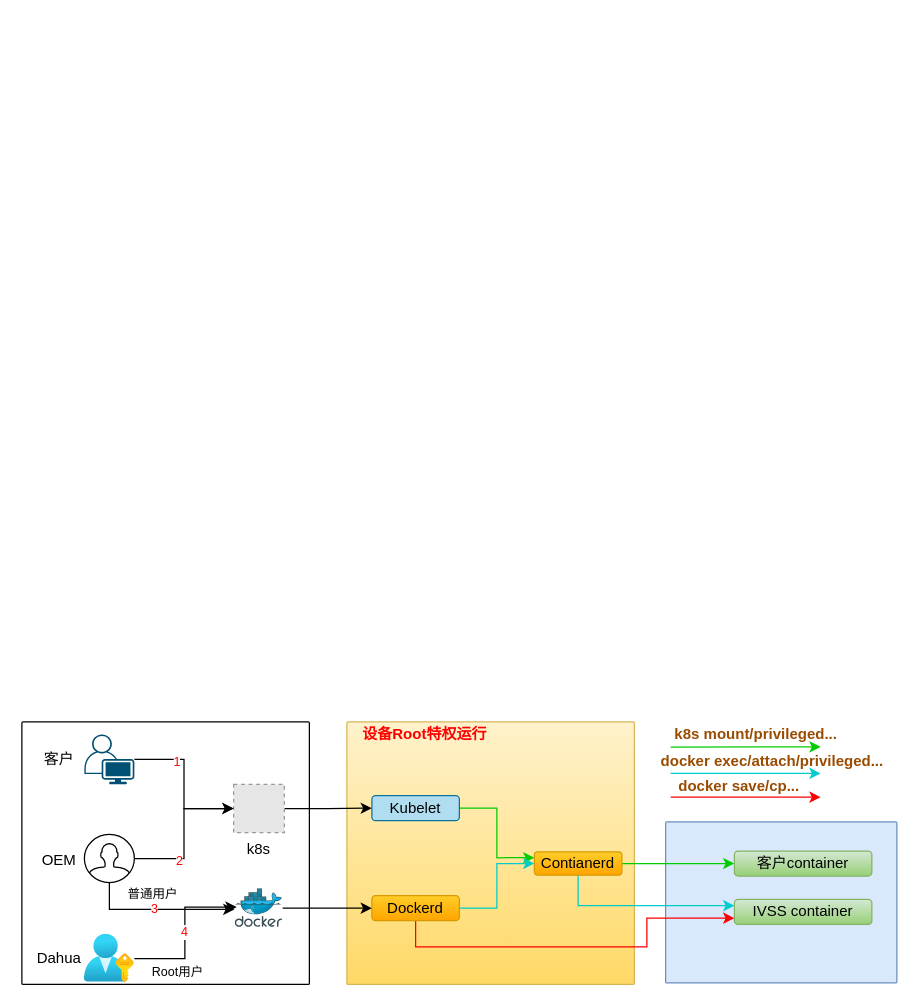
Above: security_2.drawio in snowolfhawk/ceph-scripts (draw.io), before the change. Source tidied: cells renumbered, new cells numbered last; positions are measured from the earlier drawing's top-left corner, leaving out a move shared by most shapes. Both pictures are drawn from the tidied source at 125%, with x=0, y=0 at pixel (21, 721). Pictures stored in the file or linked from it are replaced by grey dashed boxes.
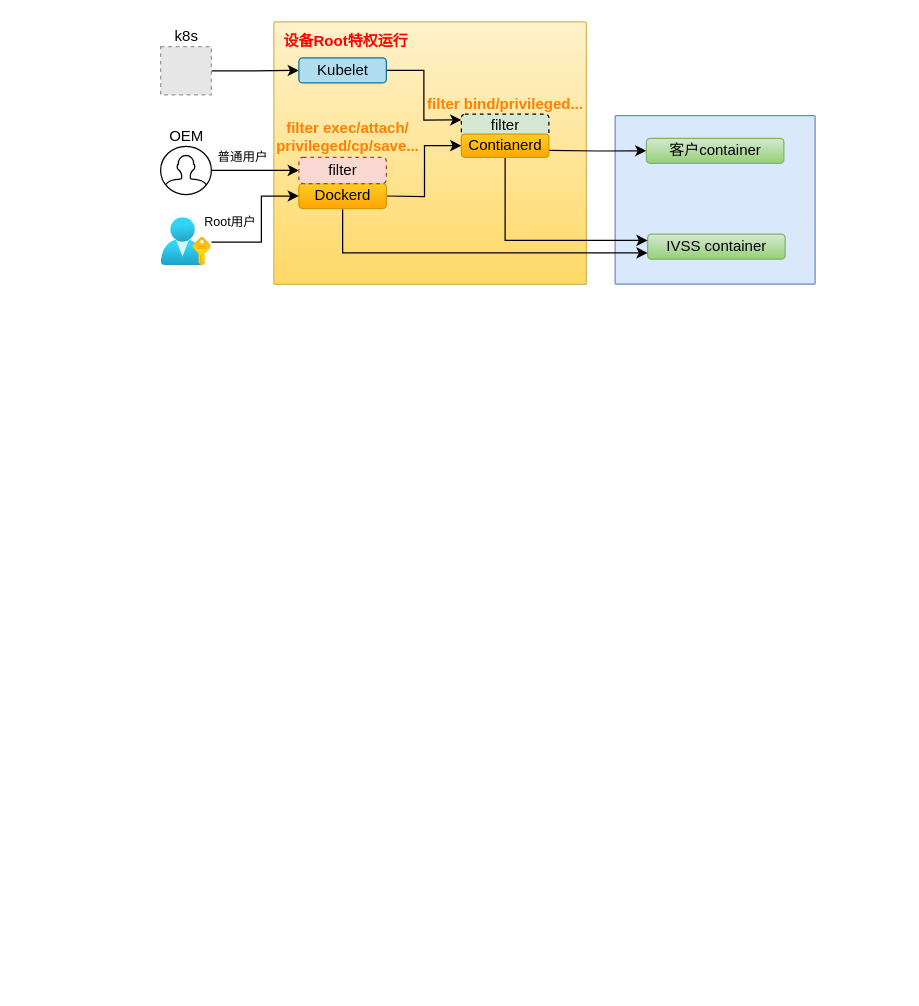
The same diagram, later.

Diff of the diagram source:
```diff
@@
     <mxCell id="2" style="sketch=0;rounded=1;absoluteArcSize=1;arcSize=2;html=1;shadow=0;dashed=0;fontSize=12;align=left;verticalAlign=top;spacing=10;spacingTop=-4;fillColor=#dae8fc;strokeColor=#6c8ebf;" parent="1" vertex="1">
-      <mxGeometry x="515" y="80" width="185" height="128.8" as="geometry" />
+      <mxGeometry x="474.6" y="-485.1" width="160" height="134.9" as="geometry" />
     </mxCell>
-    <mxCell id="3" style="sketch=0;rounded=1;absoluteArcSize=1;arcSize=2;html=1;shadow=0;dashed=0;fontSize=12;align=left;verticalAlign=top;spacing=10;spacingTop=-4;" parent="1" vertex="1">
-      <mxGeometry width="230" height="210" as="geometry" />
-    </mxCell>
     <mxCell id="4" style="sketch=0;rounded=1;absoluteArcSize=1;arcSize=2;html=1;strokeColor=#d6b656;shadow=0;dashed=0;fontSize=12;align=left;verticalAlign=top;spacing=10;spacingTop=-4;fillColor=#fff2cc;gradientColor=#ffd966;" parent="1" vertex="1">
-      <mxGeometry x="260" width="230" height="210" as="geometry" />
+      <mxGeometry x="201.6" y="-560" width="250" height="210" as="geometry" />
     </mxCell>
@@
-    <mxCell id="6" value="k8s" style="fillColor=#E6E6E6;strokeColor=#999999;dashed=1;verticalLabelPosition=bottom;labelBackgroundColor=#ffffff;verticalAlign=top;fontColor=#000000;labelPosition=center;align=center;" parent="1" vertex="1">
-      <mxGeometry x="169.4" y="50" width="40.6" height="38.6" as="geometry" />
+    <mxCell id="6" style="fillColor=#E6E6E6;strokeColor=#999999;dashed=1;verticalLabelPosition=bottom;labelBackgroundColor=#ffffff;verticalAlign=top;fontColor=#000000;labelPosition=center;align=center;" parent="1" vertex="1">
+      <mxGeometry x="111" y="-540.2" width="40.6" height="38.6" as="geometry" />
     </mxCell>
-    <mxCell id="7" style="edgeStyle=orthogonalEdgeStyle;rounded=0;jettySize=auto;html=1;entryX=0;entryY=0.5;entryDx=0;entryDy=0;fontColor=#000000;strokeColor=#000000;strokeWidth=1;" parent="1" edge="1" source="9" target="6">
-      <mxGeometry relative="1" as="geometry" />
-    </mxCell>
-    <mxCell id="8" value="1" style="edgeLabel;html=1;align=center;verticalAlign=middle;fontSize=10;fontColor=#FF0000;" parent="7" vertex="1">
-      <mxGeometry x="-0.45" y="-1" relative="1" as="geometry" />
-    </mxCell>
-    <mxCell id="9" style="points=[[0.35,0,0],[0.98,0.51,0],[1,0.71,0],[0.67,1,0],[0,0.795,0],[0,0.65,0]];verticalLabelPosition=middle;sketch=0;html=1;verticalAlign=middle;align=center;shape=mxgraph.cisco19.user;fillColor=#005073;strokeColor=none;labelPosition=center;" parent="1" vertex="1">
-      <mxGeometry x="50" y="10" width="40" height="40" as="geometry" />
-    </mxCell>
-    <mxCell id="10" style="edgeStyle=orthogonalEdgeStyle;rounded=0;sketch=0;jettySize=auto;html=1;entryX=0;entryY=0.25;entryDx=0;entryDy=0;shadow=0;fontSize=10;fontColor=#000000;strokeColor=#00CC00;strokeWidth=1;" parent="1" edge="1" source="11" target="14">
+    <mxCell id="10" style="edgeStyle=orthogonalEdgeStyle;rounded=0;sketch=0;jettySize=auto;html=1;entryX=0;entryY=0.25;entryDx=0;entryDy=0;shadow=0;fontSize=10;fontColor=#000000;strokeColor=#000000;strokeWidth=1;" parent="1" edge="1" source="11" target="14">
       <mxGeometry relative="1" as="geometry" />
     </mxCell>
     <mxCell id="11" value="Kubelet" style="rounded=1;whiteSpace=wrap;html=1;fillColor=#b1ddf0;strokeColor=#10739e;" parent="1" vertex="1">
-      <mxGeometry x="280" y="59" width="70" height="20" as="geometry" />
+      <mxGeometry x="221.6" y="-531.2" width="70" height="20" as="geometry" />
     </mxCell>
-    <mxCell id="12" style="edgeStyle=orthogonalEdgeStyle;rounded=0;jettySize=auto;html=1;entryX=0;entryY=0.5;entryDx=0;entryDy=0;fontSize=12;fontColor=#000000;strokeColor=#00CC00;strokeWidth=1;" parent="1" edge="1" source="14" target="24">
-      <mxGeometry relative="1" as="geometry" />
+    <mxCell id="12" style="edgeStyle=orthogonalEdgeStyle;rounded=0;jettySize=auto;html=1;entryX=0;entryY=0.5;entryDx=0;entryDy=0;fontSize=12;fontColor=#000000;strokeColor=#000000;strokeWidth=1;" parent="1" edge="1" target="24">
+      <mxGeometry relative="1" as="geometry">
+        <mxPoint x="421.6" y="-457.2" as="sourcePoint" />
+      </mxGeometry>
     </mxCell>
-    <mxCell id="13" style="edgeStyle=orthogonalEdgeStyle;rounded=0;sketch=0;jettySize=auto;html=1;entryX=0;entryY=0.25;entryDx=0;entryDy=0;shadow=0;fontSize=10;fontColor=#000000;strokeColor=#00CCCC;strokeWidth=1;" parent="1" edge="1" source="14" target="23">
-      <mxGeometry relative="1" as="geometry">
-        <Array as="points">
-          <mxPoint x="445" y="147" />
-        </Array>
-      </mxGeometry>
-    </mxCell>
-    <mxCell id="14" value="Contianerd" style="rounded=1;whiteSpace=wrap;html=1;fillColor=#ffcd28;strokeColor=#d79b00;gradientColor=#ffa500;" parent="1" vertex="1">
-      <mxGeometry x="410" y="104" width="70" height="18.6" as="geometry" />
+    <mxCell id="14" value="filter" style="rounded=1;whiteSpace=wrap;html=1;fillColor=#D5E8D4;strokeColor=#000000;gradientColor=none;dashed=1;" parent="1" vertex="1">
+      <mxGeometry x="351.6" y="-486.2" width="70" height="18.6" as="geometry" />
     </mxCell>
-    <mxCell id="15" style="edgeStyle=orthogonalEdgeStyle;rounded=0;sketch=0;jettySize=auto;html=1;entryX=0;entryY=0.75;entryDx=0;entryDy=0;shadow=0;fontSize=10;fontColor=#000000;strokeColor=#FF0000;strokeWidth=1;" parent="1" edge="1" source="17" target="23">
-      <mxGeometry relative="1" as="geometry">
-        <Array as="points">
-          <mxPoint x="315" y="180" />
-          <mxPoint x="500" y="180" />
-          <mxPoint x="500" y="157" />
-        </Array>
-      </mxGeometry>
-    </mxCell>
-    <mxCell id="16" style="edgeStyle=orthogonalEdgeStyle;rounded=0;sketch=0;jettySize=auto;html=1;entryX=0;entryY=0.5;entryDx=0;entryDy=0;shadow=0;fontSize=10;fontColor=#000000;strokeColor=#00CCCC;strokeWidth=1;" parent="1" edge="1" source="17" target="14">
-      <mxGeometry relative="1" as="geometry" />
+    <mxCell id="16" style="edgeStyle=orthogonalEdgeStyle;rounded=0;sketch=0;jettySize=auto;html=1;entryX=0;entryY=0.5;entryDx=0;entryDy=0;shadow=0;fontSize=10;fontColor=#000000;strokeColor=#000000;strokeWidth=1;exitX=1;exitY=0.5;exitDx=0;exitDy=0;" parent="1" edge="1" target="45">
+      <mxGeometry relative="1" as="geometry">
+        <mxPoint x="291.6" y="-420.7" as="sourcePoint" />
+      </mxGeometry>
     </mxCell>
-    <mxCell id="17" value="Dockerd" style="rounded=1;whiteSpace=wrap;html=1;fillColor=#ffcd28;strokeColor=#d79b00;gradientColor=#ffa500;" parent="1" vertex="1">
-      <mxGeometry x="280" y="139" width="70" height="20" as="geometry" />
-    </mxCell>
-    <mxCell id="18" style="edgeStyle=orthogonalEdgeStyle;rounded=0;jettySize=auto;html=1;entryX=0;entryY=0.5;entryDx=0;entryDy=0;fontColor=#000000;strokeColor=#000000;strokeWidth=1;" parent="1" edge="1" source="22" target="6">
-      <mxGeometry relative="1" as="geometry" />
-    </mxCell>
-    <mxCell id="19" value="2" style="edgeLabel;html=1;align=center;verticalAlign=middle;fontSize=10;fontColor=#FF0000;" parent="18" vertex="1">
-      <mxGeometry x="-0.42" y="-1" relative="1" as="geometry" />
-    </mxCell>
-    <mxCell id="20" style="edgeStyle=orthogonalEdgeStyle;rounded=0;sketch=0;jettySize=auto;html=1;entryX=-0.021;entryY=0.532;entryDx=0;entryDy=0;entryPerimeter=0;shadow=0;fontSize=10;fontColor=#FF0000;strokeColor=#000000;strokeWidth=1;" parent="1" edge="1" source="22" target="40">
-      <mxGeometry relative="1" as="geometry">
-        <Array as="points">
-          <mxPoint x="70" y="150" />
-        </Array>
-      </mxGeometry>
-    </mxCell>
-    <mxCell id="21" value="3" style="edgeLabel;html=1;align=center;verticalAlign=middle;fontSize=10;fontColor=#FF0000;" parent="20" vertex="1">
-      <mxGeometry x="-0.06" y="1" relative="1" as="geometry" />
-    </mxCell>
+    <mxCell id="41" style="edgeStyle=orthogonalEdgeStyle;rounded=0;jettySize=auto;html=1;strokeColor=#000000;" parent="1" edge="1" source="22" target="44">
+      <mxGeometry relative="1" as="geometry" />
+    </mxCell>
     <mxCell id="22" style="html=1;verticalLabelPosition=middle;align=center;labelBackgroundColor=#ffffff;verticalAlign=middle;strokeWidth=1;strokeColor=#000000;shadow=0;dashed=0;shape=mxgraph.ios7.icons.user;fillColor=#FFFFFF;labelPosition=center;" parent="1" vertex="1">
-      <mxGeometry x="50" y="90" width="40" height="38.6" as="geometry" />
+      <mxGeometry x="111" y="-460.5" width="40.6" height="38.6" as="geometry" />
     </mxCell>
     <mxCell id="23" value="IVSS container" style="rounded=1;whiteSpace=wrap;html=1;fillColor=#d5e8d4;strokeColor=#82b366;gradientColor=#97d077;" parent="1" vertex="1">
-      <mxGeometry x="570" y="142" width="110" height="20" as="geometry" />
+      <mxGeometry x="500.6" y="-390.2" width="110" height="20" as="geometry" />
     </mxCell>
     <mxCell id="24" value="客户container" style="rounded=1;whiteSpace=wrap;html=1;fillColor=#d5e8d4;strokeColor=#82b366;gradientColor=#97d077;" parent="1" vertex="1">
-      <mxGeometry x="570" y="103.3" width="110" height="20" as="geometry" />
+      <mxGeometry x="499.6" y="-466.9" width="110" height="20" as="geometry" />
     </mxCell>
-    <mxCell id="25" value="4" style="edgeStyle=orthogonalEdgeStyle;rounded=0;sketch=0;jettySize=auto;html=1;entryX=0.027;entryY=0.474;entryDx=0;entryDy=0;entryPerimeter=0;shadow=0;fontSize=10;fontColor=#FF0000;strokeColor=#000000;strokeWidth=1;" parent="1" edge="1" source="26" target="40">
-      <mxGeometry relative="1" as="geometry" />
-    </mxCell>
-    <mxCell id="26" style="html=1;points=[];align=right;image;fontSize=12;image=img/lib/azure2/azure_stack/User_Subscriptions.svg;labelBackgroundColor=none;fontColor=#000000;strokeColor=#000000;strokeWidth=1;fillColor=#FFFFFF;labelPosition=left;verticalLabelPosition=middle;verticalAlign=middle;" parent="1" vertex="1">
-      <mxGeometry x="50" y="170" width="40" height="38.8" as="geometry" />
-    </mxCell>
     <mxCell id="27" value="OEM" style="text;html=1;strokeColor=none;fillColor=none;align=center;verticalAlign=middle;whiteSpace=wrap;rounded=0;labelBackgroundColor=none;fontSize=12;fontColor=#000000;" parent="1" vertex="1">
-      <mxGeometry x="10" y="103.3" width="40" height="16" as="geometry" />
+      <mxGeometry x="111.6" y="-476.5" width="40" height="16" as="geometry" />
     </mxCell>
-    <mxCell id="28" value="客户" style="text;html=1;strokeColor=none;fillColor=none;align=center;verticalAlign=middle;whiteSpace=wrap;rounded=0;labelBackgroundColor=none;fontSize=12;fontColor=#000000;" parent="1" vertex="1">
-      <mxGeometry x="10" y="22" width="40" height="16" as="geometry" />
-    </mxCell>
     <mxCell id="29" value="&lt;span style=&quot;font-size: 10px&quot;&gt;普通用户&lt;/span&gt;" style="text;html=1;strokeColor=none;fillColor=none;align=center;verticalAlign=middle;whiteSpace=wrap;rounded=0;labelBackgroundColor=none;fontSize=12;fontColor=#000000;" parent="1" vertex="1">
-      <mxGeometry x="70" y="128.6" width="70" height="16.5" as="geometry" />
+      <mxGeometry x="141.6" y="-460.5" width="70" height="16.5" as="geometry" />
     </mxCell>
+    <mxCell id="31" value="&lt;b&gt;&lt;font color=&quot;#ff8000&quot;&gt;filter exec/attach/&lt;br&gt;privileged/cp/save...&lt;/font&gt;&lt;/b&gt;" style="text;html=1;strokeColor=none;fillColor=none;align=center;verticalAlign=middle;whiteSpace=wrap;rounded=0;labelBackgroundColor=none;fontSize=12;fontColor=#000000;" parent="1" vertex="1">
+      <mxGeometry x="201.6" y="-482.8" width="118" height="28.6" as="geometry" />
+    </mxCell>
+    <mxCell id="36" value="&lt;b&gt;&lt;font color=&quot;#ff8000&quot;&gt;filter bind/privileged...&lt;/font&gt;&lt;/b&gt;" style="text;html=1;strokeColor=none;fillColor=none;align=center;verticalAlign=middle;whiteSpace=wrap;rounded=0;labelBackgroundColor=none;fontSize=12;fontColor=#000000;" parent="1" vertex="1">
+      <mxGeometry x="314.9" y="-502.2" width="143.5" height="16" as="geometry" />
+    </mxCell>
+    <mxCell id="38" value="&lt;font color=&quot;#ff0000&quot;&gt;&lt;b&gt;设备Root特权运行&lt;/b&gt;&lt;/font&gt;" style="text;html=1;strokeColor=none;fillColor=none;align=center;verticalAlign=middle;whiteSpace=wrap;rounded=0;labelBackgroundColor=none;fontSize=12;fontColor=#000000;" parent="1" vertex="1">
+      <mxGeometry x="201.6" y="-552" width="115" height="16" as="geometry" />
+    </mxCell>
+    <mxCell id="42" style="edgeStyle=orthogonalEdgeStyle;rounded=0;jettySize=auto;html=1;entryX=0;entryY=0.25;entryDx=0;entryDy=0;strokeColor=#000000;" parent="1" edge="1" source="45" target="23">
+      <mxGeometry relative="1" as="geometry">
+        <Array as="points">
+          <mxPoint x="386.6" y="-385.2" />
+        </Array>
+      </mxGeometry>
+    </mxCell>
+    <mxCell id="43" style="edgeStyle=orthogonalEdgeStyle;rounded=0;jettySize=auto;html=1;entryX=0;entryY=0.75;entryDx=0;entryDy=0;strokeColor=#000000;" parent="1" edge="1" target="23">
+      <mxGeometry relative="1" as="geometry">
+        <mxPoint x="256.6" y="-410.2" as="sourcePoint" />
+        <Array as="points">
+          <mxPoint x="256.6" y="-375.2" />
+        </Array>
+      </mxGeometry>
+    </mxCell>
+    <mxCell id="17" value="Dockerd" style="rounded=1;whiteSpace=wrap;html=1;fillColor=#ffcd28;strokeColor=#d79b00;gradientColor=#ffa500;" parent="1" vertex="1">
+      <mxGeometry x="221.6" y="-430.7" width="70" height="20" as="geometry" />
+    </mxCell>
+    <mxCell id="44" value="filter" style="rounded=1;whiteSpace=wrap;html=1;fillColor=#fad9d5;strokeColor=#ae4132;dashed=1;" parent="1" vertex="1">
+      <mxGeometry x="221.6" y="-451.7" width="70" height="21" as="geometry" />
+    </mxCell>
+    <mxCell id="45" value="Contianerd" style="rounded=1;whiteSpace=wrap;html=1;fillColor=#ffcd28;strokeColor=#d79b00;gradientColor=#ffa500;" parent="1" vertex="1">
+      <mxGeometry x="351.6" y="-470.3" width="70" height="18.6" as="geometry" />
+    </mxCell>
+    <mxCell id="46" style="edgeStyle=orthogonalEdgeStyle;rounded=0;jettySize=auto;html=1;entryX=0;entryY=0.5;entryDx=0;entryDy=0;strokeColor=#000000;" parent="1" edge="1" source="47" target="17">
+      <mxGeometry relative="1" as="geometry">
+        <Array as="points">
+          <mxPoint x="191.6" y="-384.2" />
+          <mxPoint x="191.6" y="-420.2" />
+        </Array>
+      </mxGeometry>
+    </mxCell>
+    <mxCell id="47" style="html=1;points=[];align=right;image;fontSize=12;image=img/lib/azure2/azure_stack/User_Subscriptions.svg;labelBackgroundColor=none;fontColor=#000000;strokeColor=#000000;strokeWidth=1;fillColor=#FFFFFF;labelPosition=left;verticalLabelPosition=middle;verticalAlign=middle;" parent="1" vertex="1">
+      <mxGeometry x="111.6" y="-403.2" width="40" height="38.8" as="geometry" />
+    </mxCell>
     <mxCell id="30" value="&lt;span style=&quot;font-size: 10px&quot;&gt;Root用户&lt;/span&gt;" style="text;html=1;strokeColor=none;fillColor=none;align=center;verticalAlign=middle;whiteSpace=wrap;rounded=0;labelBackgroundColor=none;fontSize=12;fontColor=#000000;" parent="1" vertex="1">
-      <mxGeometry x="90" y="190" width="70" height="20" as="geometry" />
+      <mxGeometry x="131.6" y="-410.2" width="70" height="20" as="geometry" />
     </mxCell>
-    <mxCell id="31" value="&lt;font color=&quot;#994c00&quot;&gt;&lt;b&gt;docker exec/attach/privileged...&lt;/b&gt;&lt;/font&gt;" style="text;html=1;strokeColor=none;fillColor=none;align=center;verticalAlign=middle;whiteSpace=wrap;rounded=0;labelBackgroundColor=none;fontSize=12;fontColor=#000000;" parent="1" vertex="1">
-      <mxGeometry x="510" y="24.2" width="181" height="16" as="geometry" />
-    </mxCell>
-    <mxCell id="32" style="endArrow=classic;html=1;rounded=0;shadow=0;sketch=0;fontSize=10;fontColor=#000000;strokeColor=#00CCCC;strokeWidth=1;" parent="1" edge="1">
-      <mxGeometry relative="1" as="geometry">
-        <mxPoint x="519" y="41.2" as="sourcePoint" />
-        <mxPoint x="639" y="41.2" as="targetPoint" />
-      </mxGeometry>
-    </mxCell>
-    <mxCell id="33" style="endArrow=classic;html=1;rounded=0;shadow=0;sketch=0;fontSize=10;fontColor=#000000;strokeColor=#FF0000;strokeWidth=1;" parent="1" edge="1">
-      <mxGeometry relative="1" as="geometry">
-        <mxPoint x="519" y="60.2" as="sourcePoint" />
-        <mxPoint x="639" y="60.2" as="targetPoint" />
-      </mxGeometry>
-    </mxCell>
-    <mxCell id="34" value="&lt;font color=&quot;#994c00&quot;&gt;&lt;b&gt;docker save/cp...&lt;/b&gt;&lt;/font&gt;" style="text;html=1;strokeColor=none;fillColor=none;align=center;verticalAlign=middle;whiteSpace=wrap;rounded=0;labelBackgroundColor=none;fontSize=12;fontColor=#000000;" parent="1" vertex="1">
-      <mxGeometry x="519" y="44.2" width="110" height="16" as="geometry" />
-    </mxCell>
-    <mxCell id="35" style="endArrow=classic;html=1;rounded=0;shadow=0;sketch=0;fontSize=10;fontColor=#000000;strokeColor=#00CC00;strokeWidth=1;" parent="1" edge="1">
-      <mxGeometry relative="1" as="geometry">
-        <mxPoint x="519" y="20.2" as="sourcePoint" />
-        <mxPoint x="639" y="20" as="targetPoint" />
-      </mxGeometry>
-    </mxCell>
-    <mxCell id="36" value="&lt;font color=&quot;#994c00&quot;&gt;&lt;b&gt;k8s mount/privileged...&lt;/b&gt;&lt;/font&gt;" style="text;html=1;strokeColor=none;fillColor=none;align=center;verticalAlign=middle;whiteSpace=wrap;rounded=0;labelBackgroundColor=none;fontSize=12;fontColor=#000000;" parent="1" vertex="1">
-      <mxGeometry x="512" y="2" width="151" height="16" as="geometry" />
-    </mxCell>
-    <mxCell id="37" value="Dahua" style="text;html=1;strokeColor=none;fillColor=none;align=center;verticalAlign=middle;whiteSpace=wrap;rounded=0;labelBackgroundColor=none;fontSize=12;fontColor=#000000;" parent="1" vertex="1">
-      <mxGeometry x="10" y="181.4" width="40" height="16" as="geometry" />
-    </mxCell>
-    <mxCell id="38" value="&lt;font color=&quot;#ff0000&quot;&gt;&lt;b&gt;设备Root特权运行&lt;/b&gt;&lt;/font&gt;" style="text;html=1;strokeColor=none;fillColor=none;align=center;verticalAlign=middle;whiteSpace=wrap;rounded=0;labelBackgroundColor=none;fontSize=12;fontColor=#000000;" parent="1" vertex="1">
-      <mxGeometry x="265" y="2" width="115" height="16" as="geometry" />
-    </mxCell>
-    <mxCell id="39" style="edgeStyle=orthogonalEdgeStyle;rounded=0;sketch=0;jettySize=auto;html=1;entryX=0;entryY=0.5;entryDx=0;entryDy=0;shadow=0;fontSize=10;fontColor=#FF0000;strokeColor=#000000;strokeWidth=1;" parent="1" edge="1" source="40" target="17">
-      <mxGeometry relative="1" as="geometry" />
-    </mxCell>
-    <mxCell id="40" style="sketch=0;html=1;points=[];align=center;image;fontSize=12;image=img/lib/mscae/Docker.svg;labelBackgroundColor=none;fontColor=#FF0000;strokeColor=#000000;strokeWidth=1;fillColor=#FFFFFF;" parent="1" vertex="1">
-      <mxGeometry x="170.8" y="133.5" width="37.8" height="31" as="geometry" />
-    </mxCell>
+    <mxCell id="48" value="k8s" style="text;html=1;strokeColor=none;fillColor=none;align=center;verticalAlign=middle;whiteSpace=wrap;rounded=0;labelBackgroundColor=none;fontSize=12;fontColor=#000000;" parent="1" vertex="1">
+      <mxGeometry x="111.6" y="-556.2" width="40" height="16" as="geometry" />
+    </mxCell>
```
